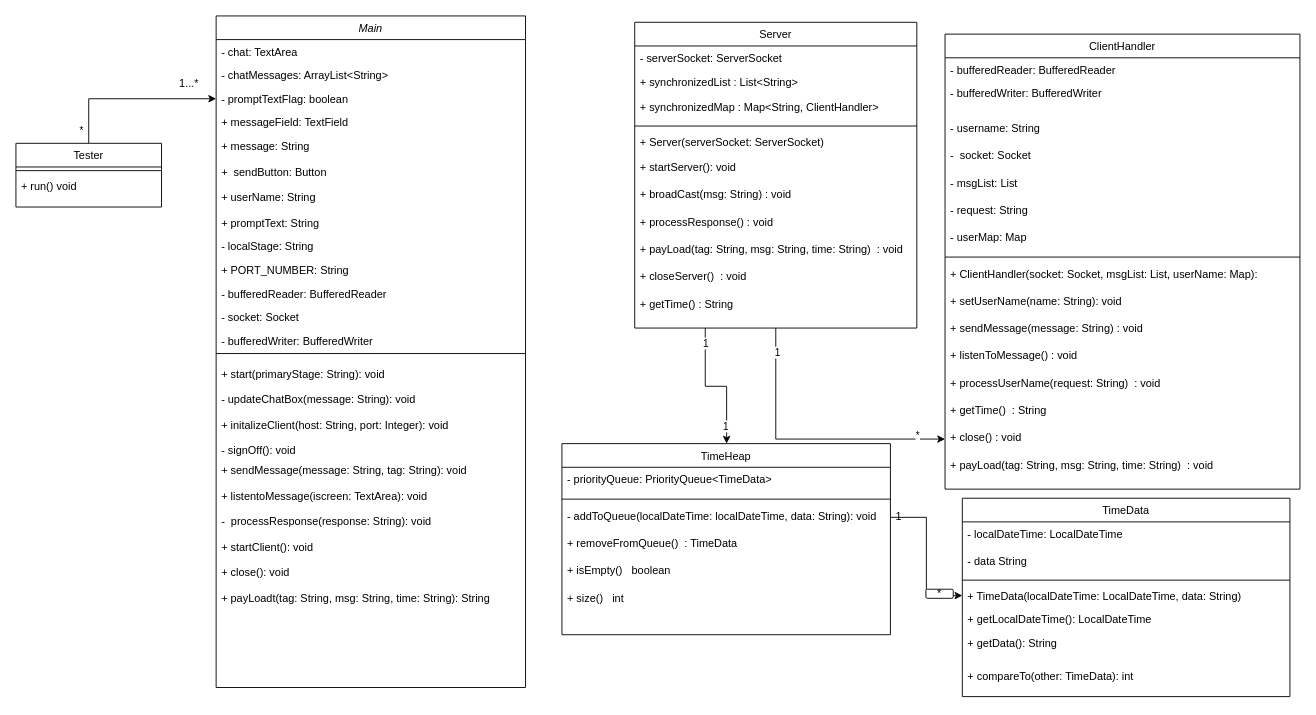
dexternguyen56/cs3800-group keeps this draw.io diagram as Untitled Diagram.drawio. Above is the earlier version. Source tidied: cells renumbered, new cells numbered last; positions are measured from the earlier drawing's top-left corner, leaving out a move shared by most shapes. Both pictures are drawn from the tidied source at 91%, with x=0, y=0 at pixel (15, 15).
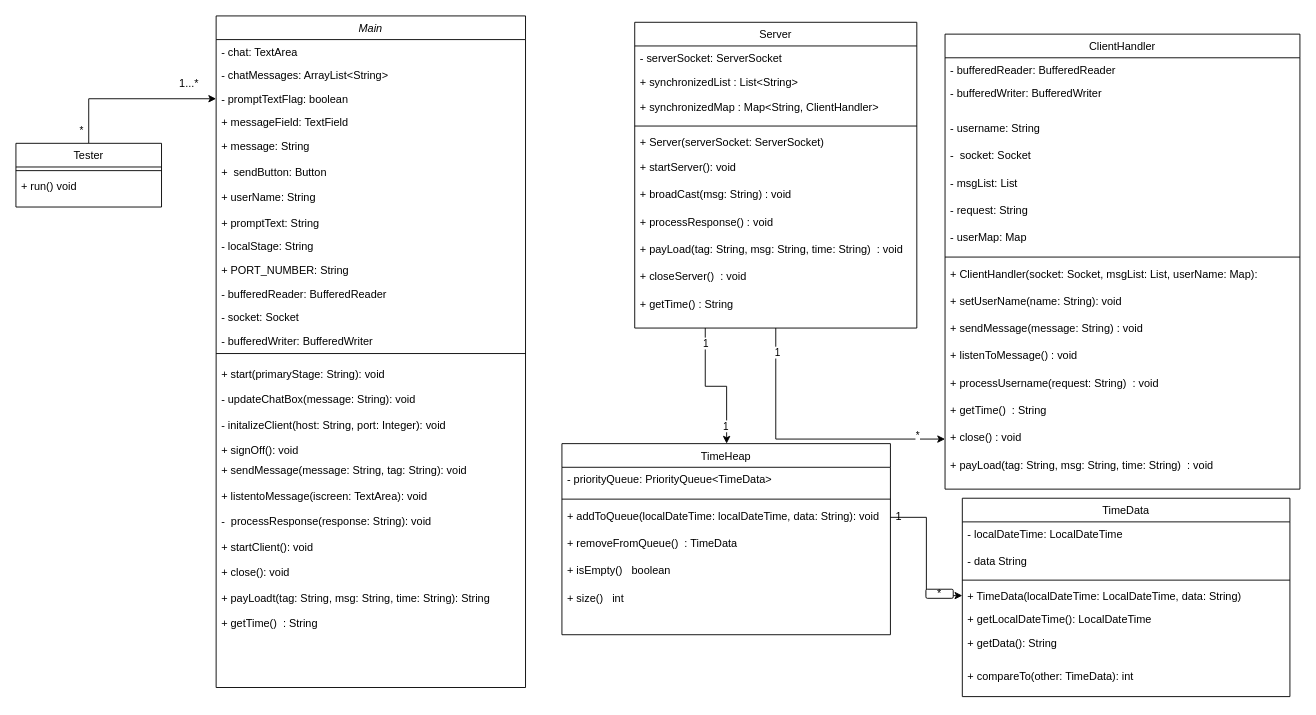
The same page after the edit.

Commit message:
Fixed dumb mistakes

The change refers to these unchanged cells:
```xml
<mxCell id="2" value="Main" style="swimlane;fontStyle=2;align=center;verticalAlign=top;horizontal=1;startSize=26;rounded=0;shadow=0;strokeWidth=1;" parent="1" vertex="1">
  <mxGeometry x="220" width="340" height="738" as="geometry" />
</mxCell>
<mxCell id="51" value="ClientHandler" style="swimlane;fontStyle=0;align=center;verticalAlign=top;horizontal=1;startSize=26;rounded=0;shadow=0;strokeWidth=1;" parent="1" vertex="1">
  <mxGeometry x="1021" y="20" width="390" height="500" as="geometry" />
</mxCell>
<mxCell id="68" value="TimeHeap" style="swimlane;fontStyle=0;align=center;verticalAlign=top;horizontal=1;startSize=26;rounded=0;shadow=0;strokeWidth=1;" parent="1" vertex="1">
  <mxGeometry x="600" y="470" width="361" height="210" as="geometry" />
</mxCell>
```

Diff of the diagram source:
```diff
@@
-    <mxCell id="19" value="+ initalizeClient(host: String, port: Integer): void&#10;" style="text;align=left;verticalAlign=top;spacingLeft=4;spacingRight=4;overflow=hidden;" parent="2" vertex="1">
+    <mxCell id="19" value="- initalizeClient(host: String, port: Integer): void&#10;" style="text;align=left;verticalAlign=top;spacingLeft=4;spacingRight=4;overflow=hidden;" parent="2" vertex="1">
       <mxGeometry y="436" width="340" height="28" as="geometry" />
     </mxCell>
-    <mxCell id="20" value="- signOff(): void&#10;" style="text;align=left;verticalAlign=top;spacingLeft=4;spacingRight=4;overflow=hidden;" parent="2" vertex="1">
+    <mxCell id="20" value="+ signOff(): void&#10;" style="text;align=left;verticalAlign=top;spacingLeft=4;spacingRight=4;overflow=hidden;" parent="2" vertex="1">
       <mxGeometry y="464" width="340" height="22" as="geometry" />
     </mxCell>
@@
+    <mxCell id="86" value="+ getTime()  : String" style="text;align=left;verticalAlign=top;spacingLeft=4;spacingRight=4;overflow=hidden;" parent="2" vertex="1">
+      <mxGeometry y="654" width="340" height="30" as="geometry" />
+    </mxCell>
@@
-    <mxCell id="64" value="+ processUserName(request: String)  : void" style="text;align=left;verticalAlign=top;spacingLeft=4;spacingRight=4;overflow=hidden;" parent="51" vertex="1">
+    <mxCell id="64" value="+ processUsername(request: String)  : void" style="text;align=left;verticalAlign=top;spacingLeft=4;spacingRight=4;overflow=hidden;" parent="51" vertex="1">
       <mxGeometry y="370" width="390" height="30" as="geometry" />
     </mxCell>
@@
-    <mxCell id="71" value="- addToQueue(localDateTime: localDateTime, data: String): void" style="text;align=left;verticalAlign=top;spacingLeft=4;spacingRight=4;overflow=hidden;points=[[0,0.5],[1,0.5]];portConstraint=eastwest;" parent="68" vertex="1">
+    <mxCell id="71" value="+ addToQueue(localDateTime: localDateTime, data: String): void" style="text;align=left;verticalAlign=top;spacingLeft=4;spacingRight=4;overflow=hidden;points=[[0,0.5],[1,0.5]];portConstraint=eastwest;" parent="68" vertex="1">
       <mxGeometry y="66" width="361" height="30" as="geometry" />
     </mxCell>
```
